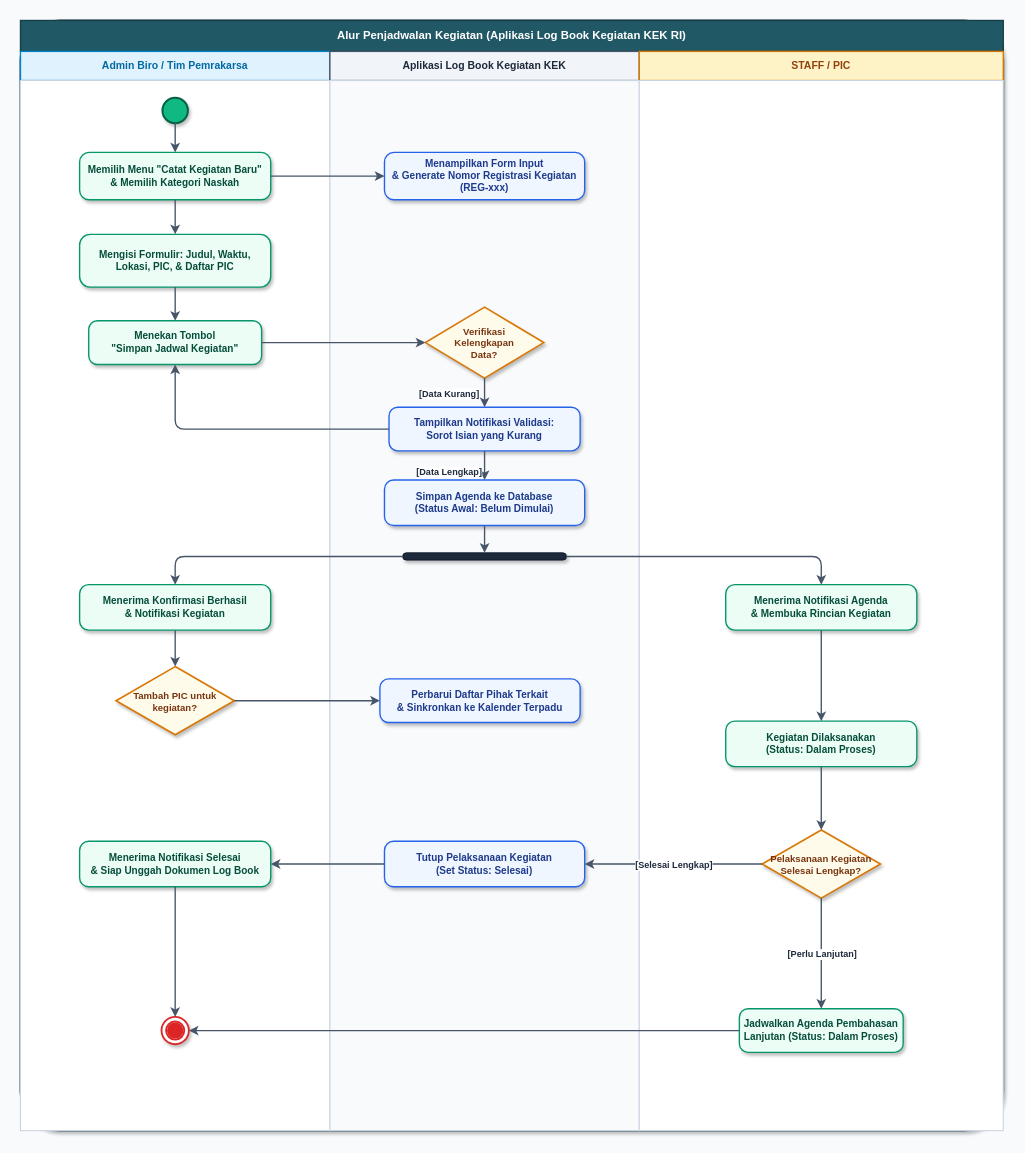
Above: page "a. Alur Penjadwalan Kegiatan Dinas" (1 of 3) of public/ACTIVITY_DIAGRAM_Log_Book_Rapat.drawio in Napppz/Website-Log-Rapat-Kek (draw.io), before the change. Source tidied: cells renumbered, new cells numbered last; positions are measured from the earlier drawing's top-left corner, leaving out a move shared by most shapes. Both pictures are drawn from the tidied source at 91%, with x=0, y=0 at pixel (20, 20).
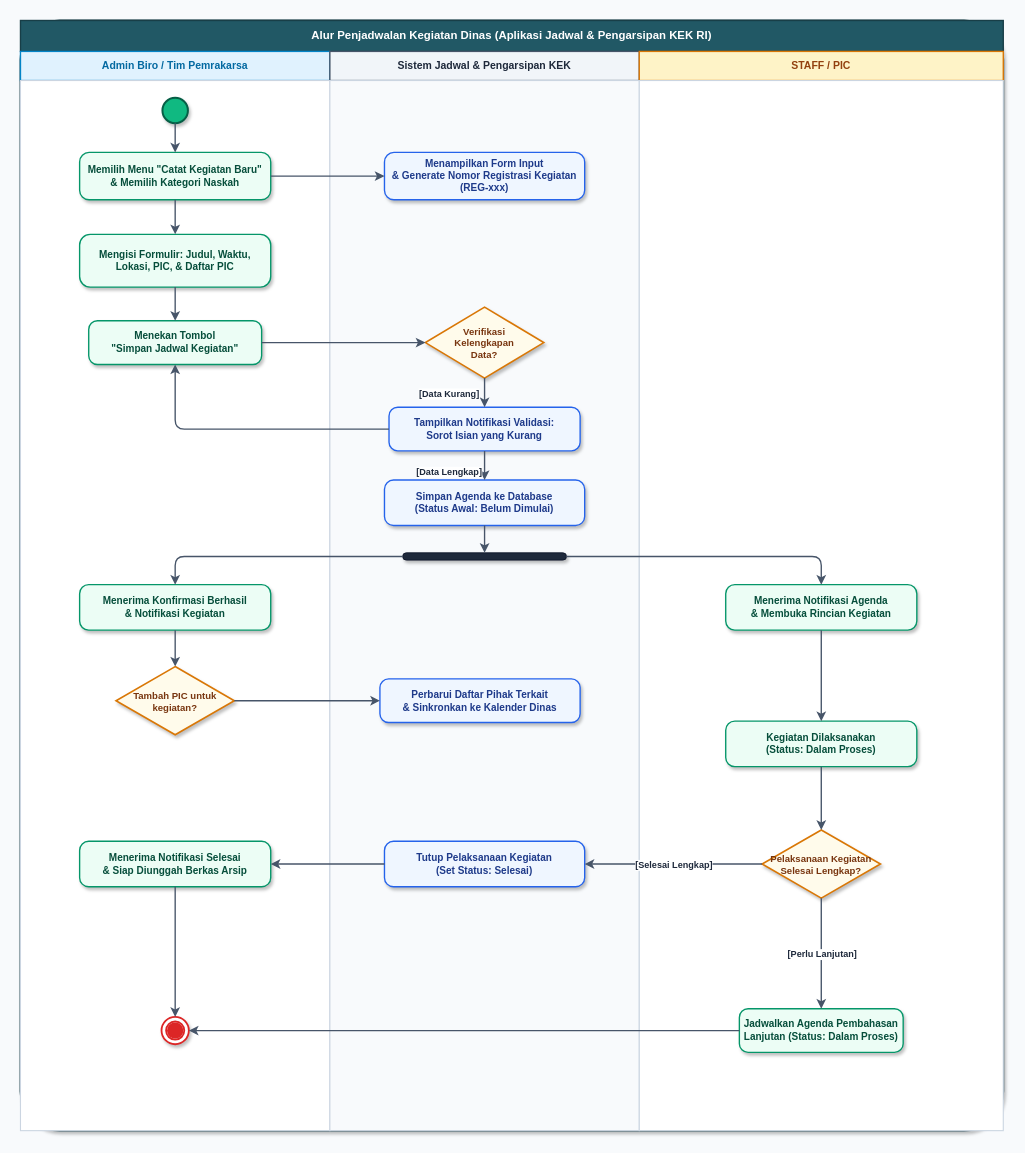
Above is the later version.

Unchanged cells that the change refers to:
```xml
<mxCell id="2" style="rounded=1;arcSize=4;whiteSpace=wrap;html=1;strokeColor=#183E47;strokeWidth=2;fillColor=#ffffff;shadow=1;" parent="1" vertex="1">
  <mxGeometry width="1080" height="1220" as="geometry" />
</mxCell>
<mxCell id="7" style="rounded=0;whiteSpace=wrap;html=1;strokeColor=#CBD5E1;strokeWidth=1.2;fillColor=#FFFFFF;" parent="2" vertex="1">
  <mxGeometry y="66" width="340" height="1154" as="geometry" />
</mxCell>
<mxCell id="19" style="rounded=0;whiteSpace=wrap;html=1;strokeColor=#CBD5E1;strokeWidth=1.2;fillColor=#F8FAFC;" parent="2" vertex="1">
  <mxGeometry x="340" y="66" width="340" height="1154" as="geometry" />
</mxCell>
```

Change to the diagram source:
```diff
@@
-    <mxCell id="3" value="&lt;b&gt;Alur Penjadwalan Kegiatan (Aplikasi Log Book Kegiatan KEK RI)&lt;/b&gt;" style="rounded=0;whiteSpace=wrap;html=1;strokeColor=#183E47;strokeWidth=1.5;fillColor=#215865;align=center;verticalAlign=middle;fontFamily=Helvetica;fontSize=12.5;fontColor=#ffffff;fontStyle=1;" parent="2" vertex="1">
+    <mxCell id="3" value="&lt;b&gt;Alur Penjadwalan Kegiatan Dinas (Aplikasi Jadwal &amp; Pengarsipan KEK RI)&lt;/b&gt;" style="rounded=0;whiteSpace=wrap;html=1;strokeColor=#183E47;strokeWidth=1.5;fillColor=#215865;align=center;verticalAlign=middle;fontFamily=Helvetica;fontSize=12.5;fontColor=#ffffff;fontStyle=1;" parent="2" vertex="1">
       <mxGeometry width="1080" height="34" as="geometry" />
     </mxCell>
@@
-    <mxCell id="5" value="&lt;b&gt;Aplikasi Log Book Kegiatan KEK&lt;/b&gt;" style="rounded=0;whiteSpace=wrap;html=1;strokeColor=#475569;strokeWidth=1.5;fillColor=#F1F5F9;align=center;verticalAlign=middle;fontFamily=Helvetica;fontSize=11.5;fontColor=#1E293B;fontStyle=1;" parent="2" vertex="1">
+    <mxCell id="5" value="&lt;b&gt;Sistem Jadwal &amp; Pengarsipan KEK&lt;/b&gt;" style="rounded=0;whiteSpace=wrap;html=1;strokeColor=#475569;strokeWidth=1.5;fillColor=#F1F5F9;align=center;verticalAlign=middle;fontFamily=Helvetica;fontSize=11.5;fontColor=#1E293B;fontStyle=1;" parent="2" vertex="1">
       <mxGeometry x="340" y="34" width="340" height="32" as="geometry" />
     </mxCell>
@@
-    <mxCell id="13" value="Menerima Notifikasi Selesai&#10;&amp;amp; Siap Unggah Dokumen Log Book" style="rounded=1;arcSize=20;whiteSpace=wrap;html=1;fillColor=#ECFDF5;strokeColor=#059669;strokeWidth=1.5;fontColor=#064E3B;fontSize=11;fontStyle=1;shadow=1;fontFamily=Helvetica;align=center;verticalAlign=middle;" parent="7" vertex="1">
+    <mxCell id="13" value="Menerima Notifikasi Selesai&#10;&amp;amp; Siap Diunggah Berkas Arsip" style="rounded=1;arcSize=20;whiteSpace=wrap;html=1;fillColor=#ECFDF5;strokeColor=#059669;strokeWidth=1.5;fontColor=#064E3B;fontSize=11;fontStyle=1;shadow=1;fontFamily=Helvetica;align=center;verticalAlign=middle;" parent="7" vertex="1">
       <mxGeometry x="65" y="836" width="210" height="50" as="geometry" />
     </mxCell>
@@
-    <mxCell id="25" value="Perbarui Daftar Pihak Terkait&#10;&amp;amp; Sinkronkan ke Kalender Terpadu" style="rounded=1;arcSize=20;whiteSpace=wrap;html=1;fillColor=#EFF6FF;strokeColor=#2563EB;strokeWidth=1.5;fontColor=#1E3A8A;fontSize=11;fontStyle=1;shadow=1;fontFamily=Helvetica;align=center;verticalAlign=middle;" parent="19" vertex="1">
+    <mxCell id="25" value="Perbarui Daftar Pihak Terkait&#10;&amp;amp; Sinkronkan ke Kalender Dinas" style="rounded=1;arcSize=20;whiteSpace=wrap;html=1;fillColor=#EFF6FF;strokeColor=#2563EB;strokeWidth=1.5;fontColor=#1E3A8A;fontSize=11;fontStyle=1;shadow=1;fontFamily=Helvetica;align=center;verticalAlign=middle;" parent="19" vertex="1">
       <mxGeometry x="55" y="657.5" width="220" height="48" as="geometry" />
     </mxCell>
```
